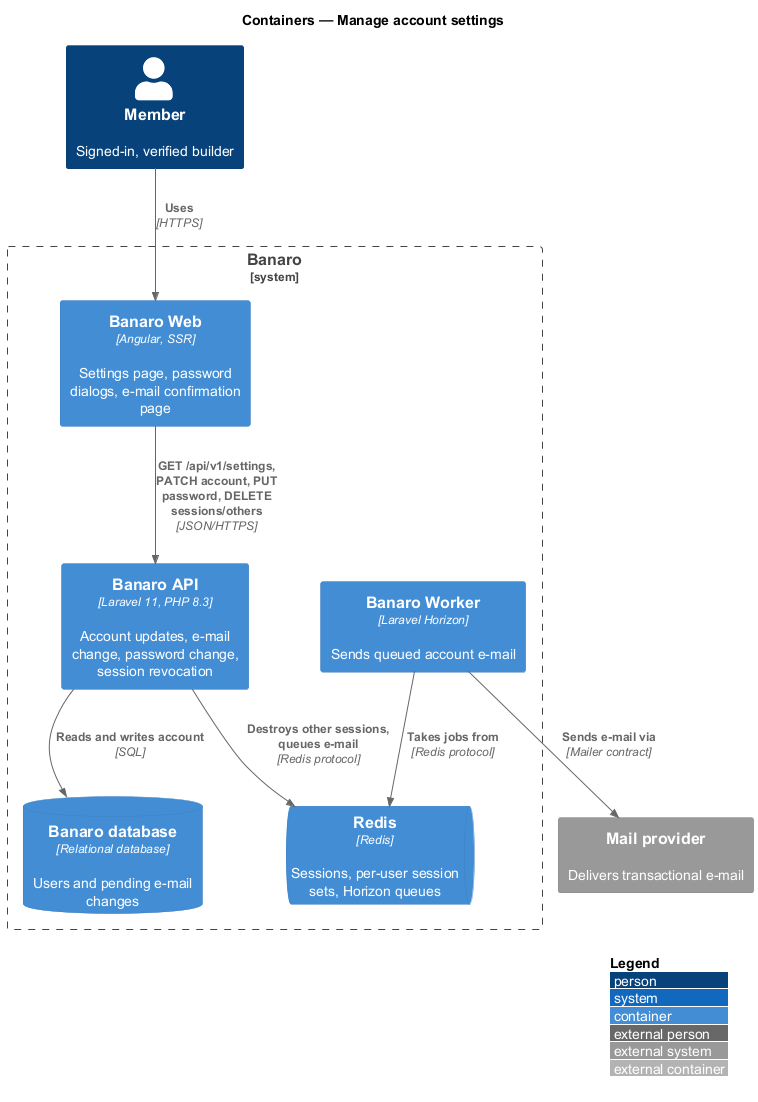
Before: docs/detailed-designs/settings/manage-account-settings/diagrams/c4-container.png, a diagram exported from PlantUML (QuinntyneBrown/banaro).
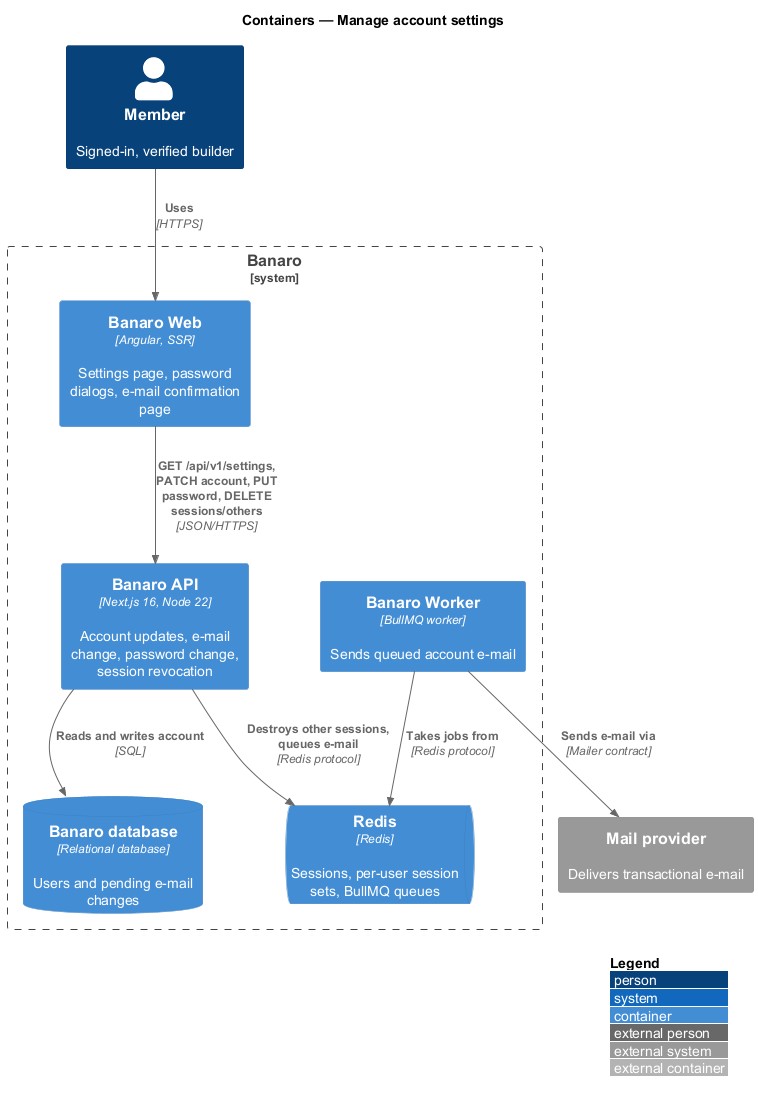
After the commit.

What changed in the source:
```diff
@@ -8,10 +8,10 @@
 
 System_Boundary(banaro, "Banaro") {
   Container(web, "Banaro Web", "Angular, SSR", "Settings page, password dialogs, e-mail confirmation page")
-  Container(api, "Banaro API", "Laravel 11, PHP 8.3", "Account updates, e-mail change, password change, session revocation")
-  Container(worker, "Banaro Worker", "Laravel Horizon", "Sends queued account e-mail")
+  Container(api, "Banaro API", "Next.js 16, Node 22", "Account updates, e-mail change, password change, session revocation")
+  Container(worker, "Banaro Worker", "BullMQ worker", "Sends queued account e-mail")
   ContainerDb(db, "Banaro database", "Relational database", "Users and pending e-mail changes")
-  ContainerQueue(redis, "Redis", "Redis", "Sessions, per-user session sets, Horizon queues")
+  ContainerQueue(redis, "Redis", "Redis", "Sessions, per-user session sets, BullMQ queues")
 }
 
 Rel(member, web, "Uses", "HTTPS")
```
